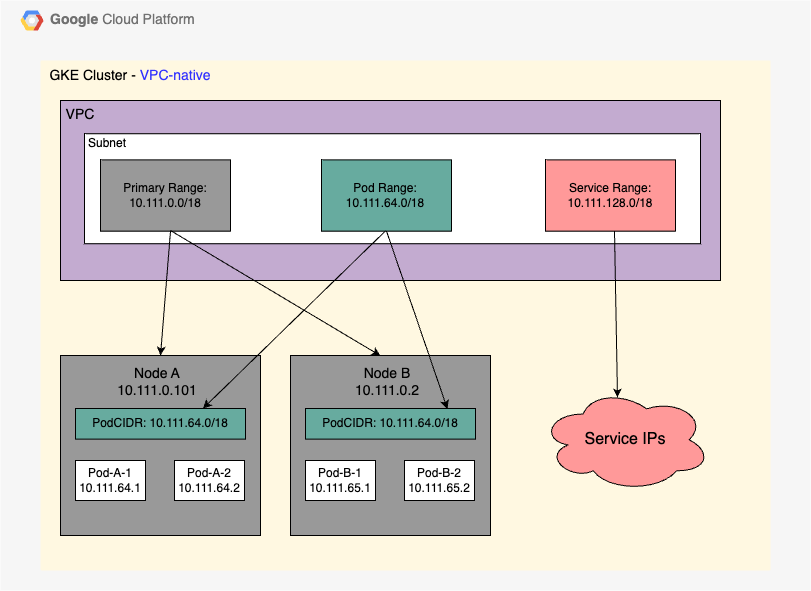
Above: pictures/terraform-provision-gke2.png in sayya9/terraform-provision-gke (draw.io), before the change. Source tidied: cells renumbered, new cells last; positions are measured from the earlier drawing's top-left corner, leaving out a move shared by most shapes. The source it was exported from:
```xml
<mxGraphModel>
  <root>
    <mxCell id="0" />
    <mxCell id="1" parent="0" />
    <mxCell id="2" value="&lt;b&gt;Google &lt;/b&gt;Cloud Platform" style="fillColor=#F6F6F6;strokeColor=none;shadow=0;gradientColor=none;fontSize=14;align=left;spacing=10;fontColor=#717171;9E9E9E;verticalAlign=top;spacingTop=-4;fontStyle=0;spacingLeft=40;html=1;" parent="1" vertex="1">
      <mxGeometry width="810" height="590" as="geometry" />
    </mxCell>
    <mxCell id="3" style="shape=mxgraph.gcp2.google_cloud_platform;fillColor=#F6F6F6;strokeColor=none;shadow=0;gradientColor=none;" parent="2" vertex="1">
      <mxGeometry width="23" height="20" relative="1" as="geometry">
        <mxPoint x="20" y="10" as="offset" />
      </mxGeometry>
    </mxCell>
    <mxCell id="4" style="rounded=1;absoluteArcSize=1;arcSize=2;html=1;strokeColor=none;gradientColor=none;shadow=0;dashed=0;fontSize=12;fontColor=#9E9E9E;align=left;verticalAlign=top;spacing=10;spacingTop=-4;whiteSpace=wrap;fillColor=#FFF8E1;glass=0;flipH=1;" parent="2" vertex="1">
      <mxGeometry x="40" y="60" width="730" height="510" as="geometry" />
    </mxCell>
    <mxCell id="5" value="&lt;font style=&quot;font-size: 14px;&quot;&gt;&lt;font style=&quot;font-size: 14px;&quot;&gt;GKE Cluster -&amp;nbsp;&lt;/font&gt;&lt;font color=&quot;#3333ff&quot;&gt;VPC-native&lt;/font&gt;&lt;/font&gt;" style="text;strokeColor=none;align=center;fillColor=none;html=1;verticalAlign=middle;whiteSpace=wrap;rounded=0;" parent="2" vertex="1">
      <mxGeometry x="40" y="60" width="180" height="30" as="geometry" />
    </mxCell>
    <mxCell id="6" style="group;" parent="2" vertex="1">
      <mxGeometry x="50" y="100" width="700" height="190" as="geometry" />
    </mxCell>
    <mxCell id="7" style="whiteSpace=wrap;html=1;fillColor=#C3ABD0;" parent="6" vertex="1">
      <mxGeometry x="10" width="660" height="180" as="geometry" />
    </mxCell>
    <mxCell id="8" value="&lt;font style=&quot;font-size: 14px;&quot;&gt;VPC&lt;/font&gt;" style="text;strokeColor=none;align=center;fillColor=none;html=1;verticalAlign=middle;whiteSpace=wrap;rounded=0;" parent="6" vertex="1">
      <mxGeometry width="60" height="28.5" as="geometry" />
    </mxCell>
    <mxCell id="9" style="group;" parent="6" vertex="1">
      <mxGeometry x="30" y="33.2" width="644" height="142.5" as="geometry" />
    </mxCell>
    <mxCell id="10" style="whiteSpace=wrap;html=1;" parent="9" vertex="1">
      <mxGeometry x="4" width="616" height="110" as="geometry" />
    </mxCell>
    <mxCell id="11" value="Subnet" style="text;strokeColor=none;align=center;fillColor=none;html=1;verticalAlign=middle;whiteSpace=wrap;rounded=0;" parent="9" vertex="1">
      <mxGeometry x="-3" y="-4.8" width="60" height="28.5" as="geometry" />
    </mxCell>
    <mxCell id="12" style="whiteSpace=wrap;html=1;fillColor=#999999;" parent="9" vertex="1">
      <mxGeometry x="20" y="26.1" width="130" height="71.2" as="geometry" />
    </mxCell>
    <mxCell id="13" value="Primary Range:&lt;br&gt;10.111.0.0/18" style="text;strokeColor=none;align=center;fillColor=none;html=1;verticalAlign=middle;whiteSpace=wrap;rounded=0;" parent="9" vertex="1">
      <mxGeometry x="35" y="46.8" width="100" height="30" as="geometry" />
    </mxCell>
    <mxCell id="14" style="whiteSpace=wrap;html=1;fillColor=#67AB9F;" parent="9" vertex="1">
      <mxGeometry x="241" y="26.1" width="130" height="71.2" as="geometry" />
    </mxCell>
    <mxCell id="15" style="whiteSpace=wrap;html=1;fillColor=#FF9999;" parent="9" vertex="1">
      <mxGeometry x="465" y="26.1" width="130" height="71.2" as="geometry" />
    </mxCell>
    <mxCell id="16" value="Pod Range:&lt;br&gt;10.111.64.0/18" style="text;strokeColor=none;align=center;fillColor=none;html=1;verticalAlign=middle;whiteSpace=wrap;rounded=0;" parent="9" vertex="1">
      <mxGeometry x="260" y="46.8" width="90" height="30" as="geometry" />
    </mxCell>
    <mxCell id="17" value="Service Range:&lt;br&gt;10.111.128.0/18" style="text;strokeColor=none;align=center;fillColor=none;html=1;verticalAlign=middle;whiteSpace=wrap;rounded=0;" parent="9" vertex="1">
      <mxGeometry x="485" y="46.8" width="90" height="30" as="geometry" />
    </mxCell>
    <mxCell id="18" style="edgeStyle=none;jettySize=auto;html=1;rounded=0;entryX=0.5;entryY=0;entryDx=0;entryDy=0;" parent="9" edge="1" target="21">
      <mxGeometry relative="1" as="geometry">
        <mxPoint x="90" y="97.4" as="sourcePoint" />
      </mxGeometry>
    </mxCell>
    <mxCell id="19" style="edgeStyle=none;jettySize=auto;html=1;rounded=0;exitX=0.5;exitY=1;exitDx=0;exitDy=0;entryX=0.453;entryY=0.09;entryDx=0;entryDy=0;entryPerimeter=0;" parent="9" edge="1" target="33">
      <mxGeometry relative="1" as="geometry">
        <mxPoint x="534" y="97.4" as="sourcePoint" />
      </mxGeometry>
    </mxCell>
    <mxCell id="20" style="edgeStyle=none;orthogonalLoop=1;jettySize=auto;html=1;rounded=0;entryX=0.5;entryY=0;entryDx=0;entryDy=0;" parent="9" edge="1">
      <mxGeometry relative="1" as="geometry">
        <mxPoint x="90" y="96.8" as="sourcePoint" />
        <mxPoint x="300" y="222" as="targetPoint" />
      </mxGeometry>
    </mxCell>
    <mxCell id="21" style="whiteSpace=wrap;html=1;fillColor=#999999;" parent="2" vertex="1">
      <mxGeometry x="60" y="355" width="200" height="180" as="geometry" />
    </mxCell>
    <mxCell id="22" value="PodCIDR: 10.111.64.0/18" style="whiteSpace=wrap;html=1;fillColor=#67AB9F;" parent="2" vertex="1">
      <mxGeometry x="75" y="408" width="170" height="30.6" as="geometry" />
    </mxCell>
    <mxCell id="23" value="Pod-A-1&lt;br&gt;10.111.64.1" style="whiteSpace=wrap;html=1;" parent="2" vertex="1">
      <mxGeometry x="75" y="460" width="70" height="40" as="geometry" />
    </mxCell>
    <mxCell id="24" value="Pod-A-2&lt;br&gt;10.111.64.2" style="whiteSpace=wrap;html=1;" parent="2" vertex="1">
      <mxGeometry x="174" y="460" width="70" height="40" as="geometry" />
    </mxCell>
    <mxCell id="25" value="&lt;font style=&quot;font-size: 14px;&quot;&gt;Node A&lt;br&gt;10.111.0.101&lt;/font&gt;" style="text;strokeColor=none;align=center;fillColor=none;html=1;verticalAlign=middle;whiteSpace=wrap;rounded=0;" parent="2" vertex="1">
      <mxGeometry x="127" y="366" width="60" height="30" as="geometry" />
    </mxCell>
    <mxCell id="26" style="whiteSpace=wrap;html=1;fillColor=#999999;" parent="2" vertex="1">
      <mxGeometry x="290" y="355" width="200" height="180" as="geometry" />
    </mxCell>
    <mxCell id="27" value="PodCIDR: 10.111.64.0/18" style="whiteSpace=wrap;html=1;fillColor=#67AB9F;" parent="2" vertex="1">
      <mxGeometry x="305" y="408" width="170" height="30.6" as="geometry" />
    </mxCell>
    <mxCell id="28" value="Pod-B-1&lt;br&gt;10.111.65.1" style="whiteSpace=wrap;html=1;" parent="2" vertex="1">
      <mxGeometry x="305" y="460" width="70" height="40" as="geometry" />
    </mxCell>
    <mxCell id="29" value="Pod-B-2&lt;br&gt;10.111.65.2" style="whiteSpace=wrap;html=1;" parent="2" vertex="1">
      <mxGeometry x="404" y="460" width="70" height="40" as="geometry" />
    </mxCell>
    <mxCell id="30" value="&lt;font style=&quot;font-size: 14px;&quot;&gt;Node B&lt;br&gt;10.111.0.2&lt;/font&gt;" style="text;strokeColor=none;align=center;fillColor=none;html=1;verticalAlign=middle;whiteSpace=wrap;rounded=0;" parent="2" vertex="1">
      <mxGeometry x="357" y="366" width="60" height="30" as="geometry" />
    </mxCell>
    <mxCell id="31" style="edgeStyle=none;jettySize=auto;html=1;rounded=0;entryX=0.75;entryY=0;entryDx=0;entryDy=0;" parent="2" edge="1" target="22">
      <mxGeometry relative="1" as="geometry">
        <mxPoint x="385" y="230.4" as="sourcePoint" />
      </mxGeometry>
    </mxCell>
    <mxCell id="32" style="edgeStyle=none;jettySize=auto;html=1;rounded=0;exitX=0.5;exitY=1;exitDx=0;exitDy=0;entryX=0.835;entryY=0.016;entryDx=0;entryDy=0;entryPerimeter=0;" parent="2" edge="1" source="14" target="27">
      <mxGeometry relative="1" as="geometry" />
    </mxCell>
    <mxCell id="33" value="&lt;font style=&quot;font-size: 16px;&quot;&gt;Service IPs&lt;/font&gt;" style="ellipse;shape=cloud;whiteSpace=wrap;html=1;fillColor=#FF9999;" parent="2" vertex="1">
      <mxGeometry x="540" y="387.7" width="170" height="103.3" as="geometry" />
    </mxCell>
  </root>
</mxGraphModel>
```
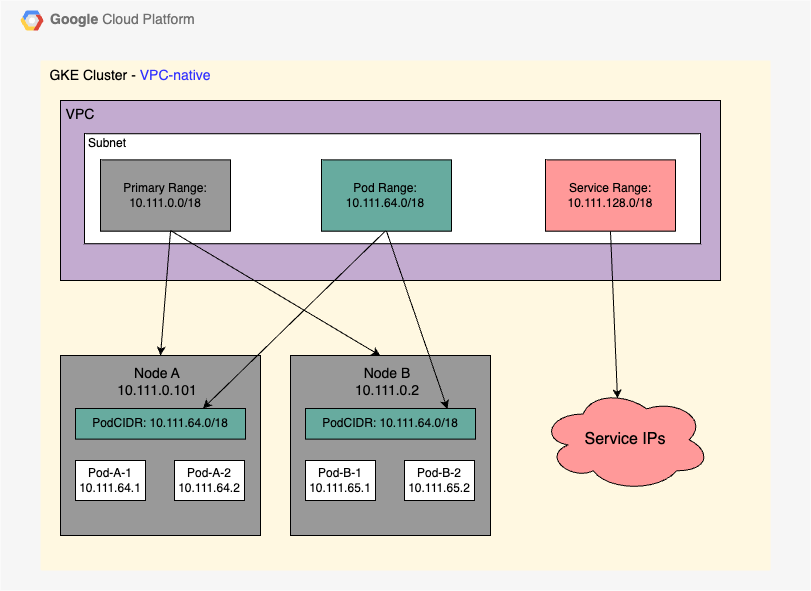
After the commit.

What changed in the source:
```diff
@@ -57,11 +57,6 @@
         <mxPoint x="90" y="97.4" as="sourcePoint" />
       </mxGeometry>
     </mxCell>
-    <mxCell id="19" style="edgeStyle=none;jettySize=auto;html=1;rounded=0;exitX=0.5;exitY=1;exitDx=0;exitDy=0;entryX=0.453;entryY=0.09;entryDx=0;entryDy=0;entryPerimeter=0;" parent="9" edge="1" target="33">
-      <mxGeometry relative="1" as="geometry">
-        <mxPoint x="534" y="97.4" as="sourcePoint" />
-      </mxGeometry>
-    </mxCell>
     <mxCell id="20" style="edgeStyle=none;orthogonalLoop=1;jettySize=auto;html=1;rounded=0;entryX=0.5;entryY=0;entryDx=0;entryDy=0;" parent="9" edge="1">
       <mxGeometry relative="1" as="geometry">
         <mxPoint x="90" y="96.8" as="sourcePoint" />
@@ -109,5 +104,10 @@
     <mxCell id="33" value="&lt;font style=&quot;font-size: 16px;&quot;&gt;Service IPs&lt;/font&gt;" style="ellipse;shape=cloud;whiteSpace=wrap;html=1;fillColor=#FF9999;" parent="2" vertex="1">
       <mxGeometry x="540" y="387.7" width="170" height="103.3" as="geometry" />
     </mxCell>
+    <mxCell id="34" style="edgeStyle=none;jettySize=auto;html=1;rounded=0;exitX=0.5;exitY=1;exitDx=0;exitDy=0;entryX=0.453;entryY=0.1;entryDx=0;entryDy=0;entryPerimeter=0;" parent="2" edge="1" target="33">
+      <mxGeometry relative="1" as="geometry">
+        <mxPoint x="610" y="231" as="sourcePoint" />
+      </mxGeometry>
+    </mxCell>
   </root>
 </mxGraphModel>
```
